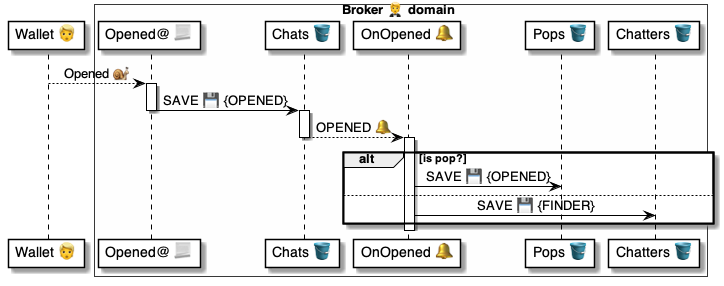
Earlier version of the PlantUML export 4 ⚙️ Solution/20 🧑‍🦰 UI/Brokers 🤵/🤵🪣 Broker tables/Chats 💬 table/🪣🔔 3 Opened/🤵 OnChatOpened ⚙️ uml.png (pollyweb-org/pollyweb-docs). Its source is kept beside it as 4 ⚙️ Solution/20 🧑‍🦰 UI/Brokers 🤵/🤵🪣 Broker tables/Chats 💬 table/🪣🔔 3 Opened/🤵 OnChatOpened ⚙️ uml.puml.
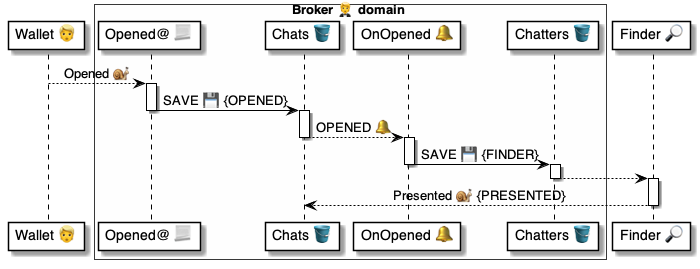
After the commit.

Diff of the diagram source:
```diff
@@ -6,9 +6,12 @@
     participant "Opened@ 📃" as script
     participant "Chats 🪣" as chats
     participant "OnOpened 🔔" as handler
-    participant "Pops 🪣" as pops
     participant "Chatters 🪣" as chatters
 end box
+
+participant "Finder 🔎" as finder
+
+
 
 wallet --> script: Opened 🐌
 
@@ -21,11 +24,15 @@
 deactivate chats
 
 activate handler
-    alt is pop?
-        handler -> pops: SAVE 💾 {OPENED}
-    else
-        handler -> chatters: SAVE 💾 {FINDER}
-    end
+    handler -> chatters: SAVE 💾 {FINDER}
 deactivate handler
 
+activate chatters
+    chatters --> finder:
+deactivate chatters
+
+activate finder
+    finder --> chats: Presented 🐌 {PRESENTED}
+deactivate finder
+
 @enduml
```
